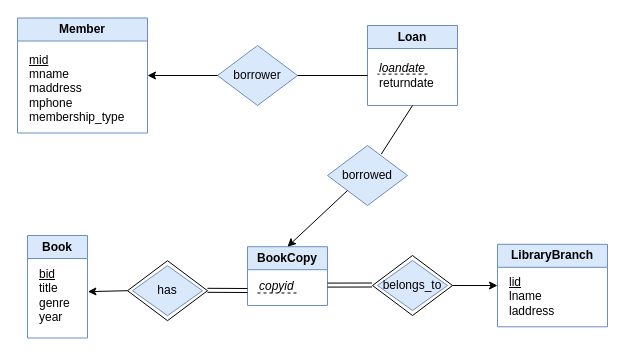
Above: hw2-q2.drawio in cucumberpeel/drawio-diagrams (draw.io), before the change. Source tidied: cells renumbered, new cells numbered last; positions are measured from the earlier drawing's top-left corner, leaving out a move shared by most shapes. Both pictures are drawn from the tidied source at 100%, with x=0, y=0 at pixel (17, 17).
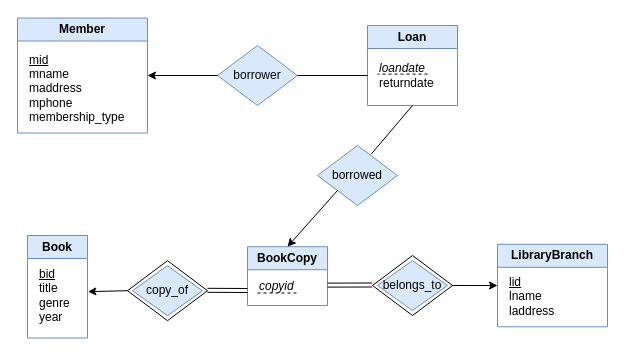
The same page after the edit.

Diff of the diagram source:
```diff
@@
     <mxCell id="17" value="borrowed" style="rhombus;whiteSpace=wrap;html=1;fillColor=#dae8fc;strokeColor=#6c8ebf;" parent="1" vertex="1">
-      <mxGeometry x="310" y="128" width="80" height="60" as="geometry" />
+      <mxGeometry x="300" y="128" width="80" height="60" as="geometry" />
     </mxCell>
@@
-    <mxCell id="23" value="has" style="rhombus;whiteSpace=wrap;html=1;fillColor=#dae8fc;strokeColor=#6c8ebf;" parent="1" vertex="1">
+    <mxCell id="23" value="copy_of" style="rhombus;whiteSpace=wrap;html=1;fillColor=#dae8fc;strokeColor=#6c8ebf;" parent="1" vertex="1">
       <mxGeometry x="115" y="248.2" width="70" height="50" as="geometry" />
     </mxCell>
```
